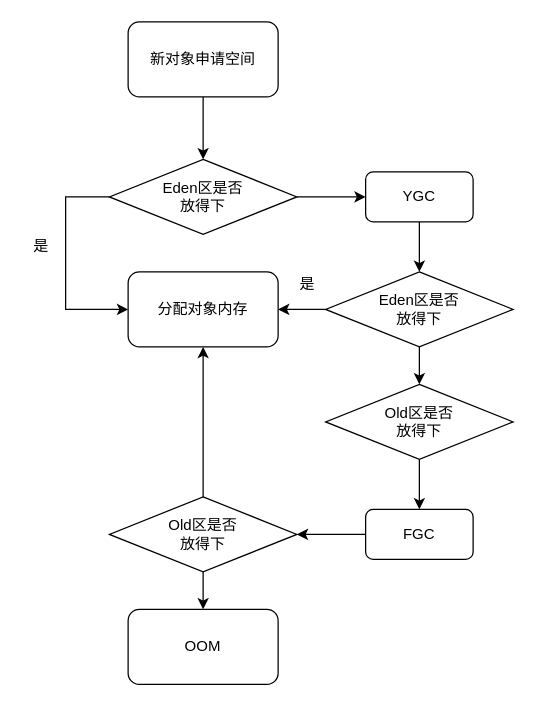
The draw.io diagram jvm/内存分配策略.drawio in erlieStar/diagrams, before the edit. Source tidied: cells renumbered, new cells numbered last; positions are measured from the earlier drawing's top-left corner, leaving out a move shared by most shapes. Both pictures are drawn from the tidied source at 125%, with x=0, y=0 at pixel (21, 21).
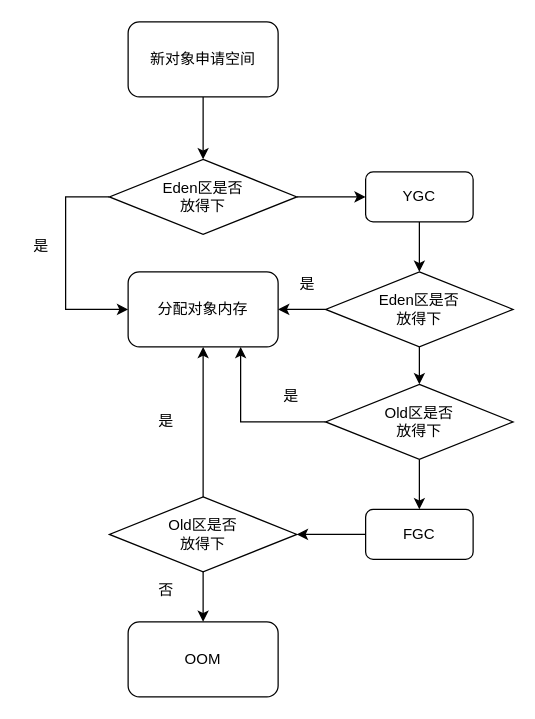
The same diagram, later.

Commit message (it also covers changes not shown here):
Update 内存分配策略.drawio

Unchanged cells that the change refers to:
```xml
<mxCell id="7" value="分配对象内存" style="rounded=1;whiteSpace=wrap;html=1;" parent="1" vertex="1">
  <mxGeometry x="85" y="200" width="120" height="60" as="geometry" />
</mxCell>
<mxCell id="14" value="Old区是否&lt;br&gt;放得下" style="rhombus;whiteSpace=wrap;html=1;" parent="1" vertex="1">
  <mxGeometry x="243" y="290" width="150" height="60" as="geometry" />
</mxCell>
```

Change to the diagram source:
```diff
@@
+    <mxCell id="23" style="edgeStyle=orthogonalEdgeStyle;rounded=0;jettySize=auto;html=1;exitX=0;exitY=0.5;exitDx=0;exitDy=0;entryX=0.75;entryY=1;entryDx=0;entryDy=0;" parent="1" edge="1" source="14" target="7">
+      <mxGeometry relative="1" as="geometry" />
+    </mxCell>
@@
     <mxCell id="20" value="OOM" style="rounded=1;whiteSpace=wrap;html=1;" parent="1" vertex="1">
-      <mxGeometry x="85" y="470" width="120" height="60" as="geometry" />
+      <mxGeometry x="85" y="480" width="120" height="60" as="geometry" />
     </mxCell>
@@
+    <mxCell id="24" value="是" style="text;html=1;align=center;verticalAlign=middle;strokeColor=none;" parent="1" vertex="1">
+      <mxGeometry x="200" y="290" width="30" height="20" as="geometry" />
+    </mxCell>
+    <mxCell id="25" value="是" style="text;html=1;align=center;verticalAlign=middle;strokeColor=none;" parent="1" vertex="1">
+      <mxGeometry x="100" y="310" width="30" height="20" as="geometry" />
+    </mxCell>
+    <mxCell id="26" value="否" style="text;html=1;align=center;verticalAlign=middle;strokeColor=none;" parent="1" vertex="1">
+      <mxGeometry x="100" y="445" width="30" height="20" as="geometry" />
+    </mxCell>
```
